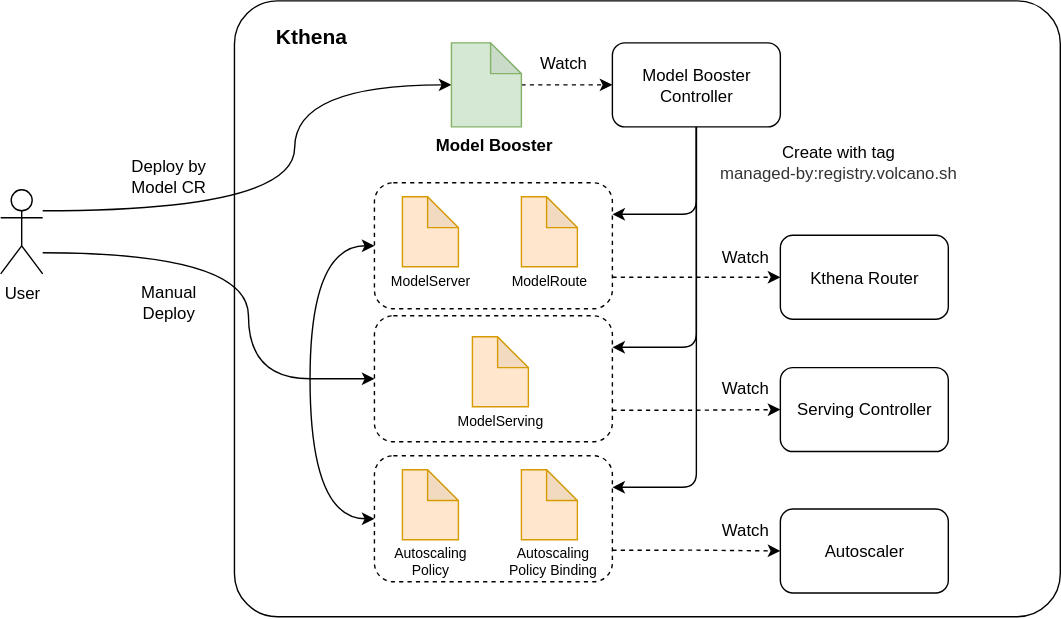
Before: docs/kthena/static/img/diagrams/architecture/model-booster-controller-architecture.svg, a diagram exported from draw.io (matrixinfer-ai/kthena). Source tidied: cells renumbered, new cells last; positions are measured from the earlier drawing's top-left corner, leaving out a move shared by most shapes.
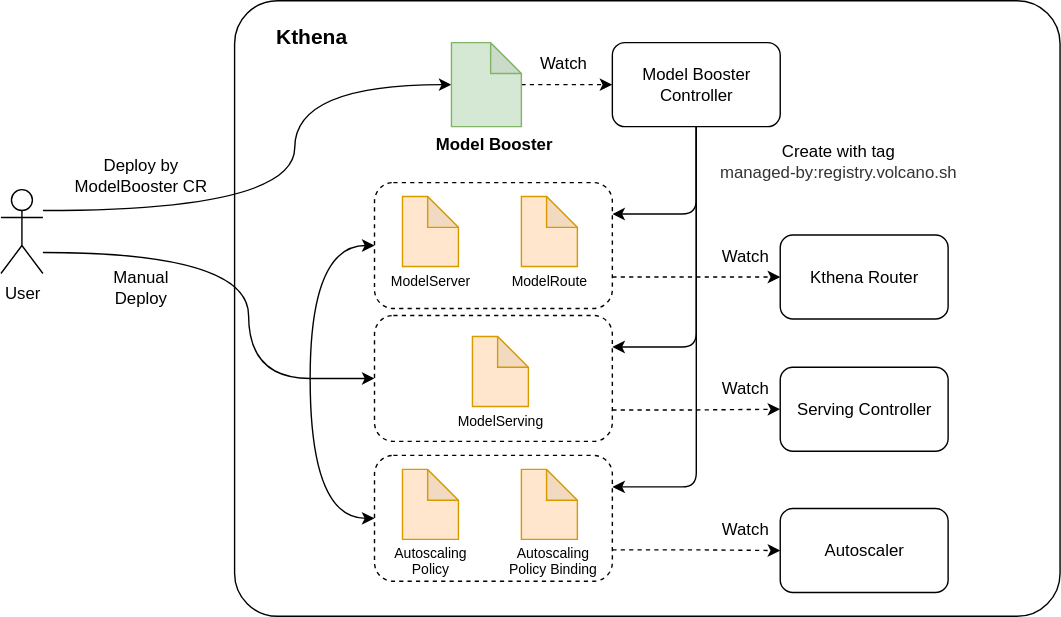
Above is the later version.

The edit, as a diff of the source:
```diff
@@ -141,11 +141,11 @@
     <mxCell id="40" value="Kthena" style="text;html=1;align=center;verticalAlign=middle;whiteSpace=wrap;rounded=0;fontSize=15;fontStyle=1;" parent="1" vertex="1">
       <mxGeometry x="167" y="10" width="110" height="30" as="geometry" />
     </mxCell>
-    <mxCell id="41" value="Deploy by&lt;div&gt;Model CR&lt;/div&gt;" style="text;html=1;align=center;verticalAlign=middle;whiteSpace=wrap;rounded=0;" parent="1" vertex="1">
-      <mxGeometry x="90" y="110" width="60" height="30" as="geometry" />
+    <mxCell id="41" value="Deploy by&lt;div&gt;ModelBooster CR&lt;/div&gt;" style="text;html=1;align=center;verticalAlign=middle;whiteSpace=wrap;rounded=0;" parent="1" vertex="1">
+      <mxGeometry x="50" y="110" width="100" height="30" as="geometry" />
     </mxCell>
     <mxCell id="42" value="Manual Deploy" style="text;html=1;align=center;verticalAlign=middle;whiteSpace=wrap;rounded=0;" parent="1" vertex="1">
-      <mxGeometry x="90" y="200" width="60" height="30" as="geometry" />
+      <mxGeometry x="70" y="190" width="60" height="30" as="geometry" />
     </mxCell>
     <mxCell id="43" value="Watch" style="text;html=1;align=center;verticalAlign=middle;whiteSpace=wrap;rounded=0;" parent="1" vertex="1">
       <mxGeometry x="377" y="30" width="50" height="30" as="geometry" />
```
